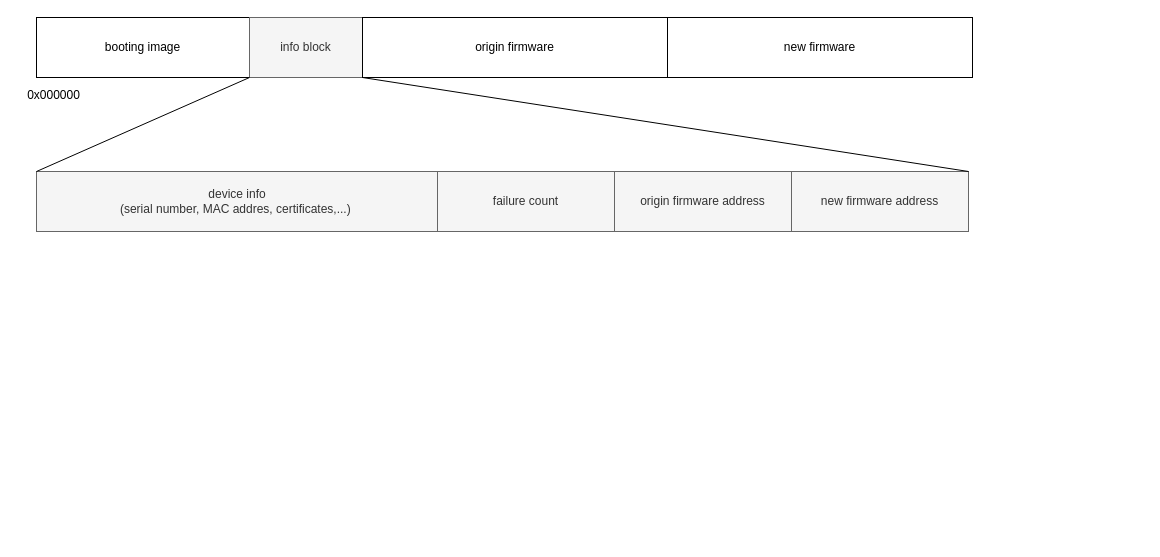
Earlier version of the draw.io diagram schematic/05-sw-flash-structure.drawio (petrkucerak/diplom-thesis). Source tidied: cells renumbered, new cells numbered last; positions are measured from the earlier drawing's top-left corner, leaving out a move shared by most shapes. Both pictures are drawn from the tidied source at 100%, with x=0, y=0 at pixel (17, 17).
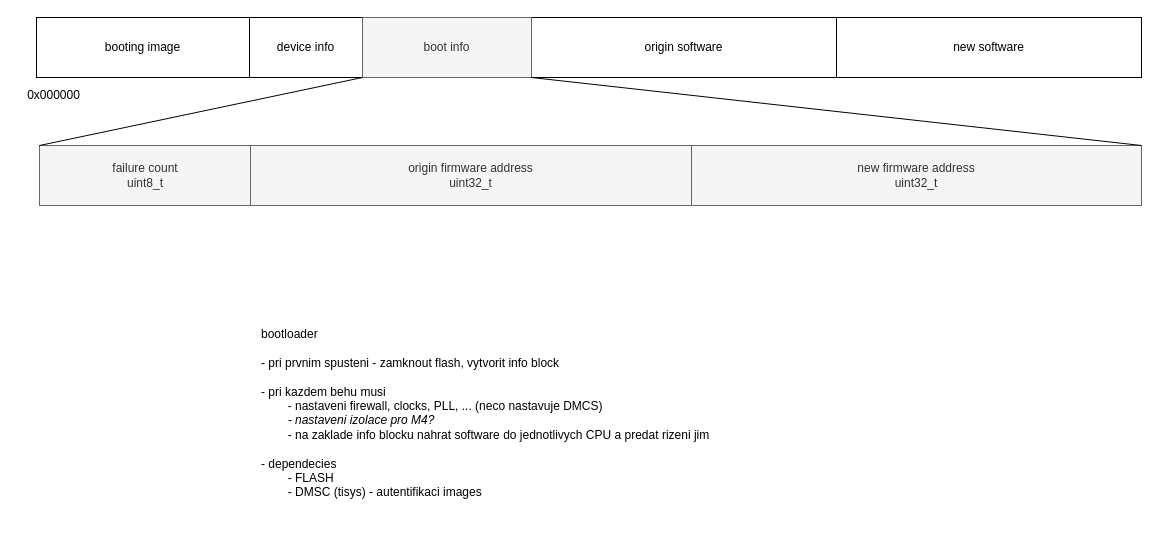
Above is the later version.

Change to the diagram source:
```diff
@@
 <mxGraphModel>
   <root>
     <mxCell id="0" />
     <mxCell id="1" parent="0" />
     <mxCell id="2" style="rounded=0;whiteSpace=wrap;html=1;" parent="1" vertex="1">
-      <mxGeometry x="19" width="935" height="60" as="geometry" />
+      <mxGeometry x="19" width="1105" height="60" as="geometry" />
     </mxCell>
     <mxCell id="3" value="booting image" style="rounded=0;whiteSpace=wrap;html=1;" parent="1" vertex="1">
       <mxGeometry x="19" width="213" height="60" as="geometry" />
     </mxCell>
-    <mxCell id="4" value="info block" style="rounded=0;whiteSpace=wrap;html=1;fillColor=#f5f5f5;fontColor=#333333;strokeColor=#666666;" parent="1" vertex="1">
+    <mxCell id="4" value="device info" style="rounded=0;whiteSpace=wrap;html=1;" parent="1" vertex="1">
       <mxGeometry x="232" width="113" height="60" as="geometry" />
     </mxCell>
-    <mxCell id="5" value="&lt;span style=&quot;color: rgb(0, 0, 0);&quot;&gt;origin&amp;nbsp;&lt;/span&gt;firmware" style="rounded=0;whiteSpace=wrap;html=1;" parent="1" vertex="1">
-      <mxGeometry x="345" width="305" height="60" as="geometry" />
+    <mxCell id="5" value="&lt;span style=&quot;color: rgb(0, 0, 0);&quot;&gt;origin&amp;nbsp;&lt;/span&gt;software" style="rounded=0;whiteSpace=wrap;html=1;" parent="1" vertex="1">
+      <mxGeometry x="514" width="305" height="60" as="geometry" />
     </mxCell>
-    <mxCell id="6" value="&lt;span style=&quot;color: rgb(0, 0, 0);&quot;&gt;new&amp;nbsp;&lt;/span&gt;firmware" style="rounded=0;whiteSpace=wrap;html=1;" parent="1" vertex="1">
-      <mxGeometry x="650" width="305" height="60" as="geometry" />
+    <mxCell id="6" value="&lt;span style=&quot;color: rgb(0, 0, 0);&quot;&gt;new&amp;nbsp;&lt;/span&gt;software" style="rounded=0;whiteSpace=wrap;html=1;" parent="1" vertex="1">
+      <mxGeometry x="819" width="305" height="60" as="geometry" />
     </mxCell>
     <mxCell id="7" style="rounded=0;whiteSpace=wrap;html=1;" parent="1" vertex="1">
-      <mxGeometry x="19" y="154" width="932" height="60" as="geometry" />
+      <mxGeometry x="22" y="128" width="1102" height="60" as="geometry" />
     </mxCell>
-    <mxCell id="8" value="device info&lt;div&gt;(serial number, MAC addres, certificates,...)&amp;nbsp;&lt;/div&gt;" style="rounded=0;whiteSpace=wrap;html=1;fillColor=#f5f5f5;fontColor=#333333;strokeColor=#666666;" parent="1" vertex="1">
-      <mxGeometry x="19" y="154" width="402" height="60" as="geometry" />
-    </mxCell>
-    <mxCell id="9" value="failure count" style="rounded=0;whiteSpace=wrap;html=1;fillColor=#f5f5f5;fontColor=#333333;strokeColor=#666666;" parent="1" vertex="1">
-      <mxGeometry x="420" y="154" width="177" height="60" as="geometry" />
+    <mxCell id="9" value="failure count&lt;div&gt;uint8_t&lt;/div&gt;" style="rounded=0;whiteSpace=wrap;html=1;fillColor=#f5f5f5;fontColor=#333333;strokeColor=#666666;" parent="1" vertex="1">
+      <mxGeometry x="22" y="128" width="212" height="60" as="geometry" />
     </mxCell>
-    <mxCell id="10" value="origin firmware address" style="rounded=0;whiteSpace=wrap;html=1;fillColor=#f5f5f5;fontColor=#333333;strokeColor=#666666;" parent="1" vertex="1">
-      <mxGeometry x="597" y="154" width="177" height="60" as="geometry" />
+    <mxCell id="10" value="origin firmware address&lt;div&gt;uint32_t&lt;/div&gt;" style="rounded=0;whiteSpace=wrap;html=1;fillColor=#f5f5f5;fontColor=#333333;strokeColor=#666666;" parent="1" vertex="1">
+      <mxGeometry x="233" y="128" width="441" height="60" as="geometry" />
     </mxCell>
-    <mxCell id="11" value="new firmware address" style="rounded=0;whiteSpace=wrap;html=1;fillColor=#f5f5f5;fontColor=#333333;strokeColor=#666666;" parent="1" vertex="1">
-      <mxGeometry x="774" y="154" width="177" height="60" as="geometry" />
+    <mxCell id="11" value="new firmware address&lt;div&gt;uint32_t&lt;/div&gt;" style="rounded=0;whiteSpace=wrap;html=1;fillColor=#f5f5f5;fontColor=#333333;strokeColor=#666666;" parent="1" vertex="1">
+      <mxGeometry x="674" y="128" width="450" height="60" as="geometry" />
     </mxCell>
-    <mxCell id="12" style="endArrow=none;html=1;exitX=0;exitY=0;exitDx=0;exitDy=0;entryX=1;entryY=1;entryDx=0;entryDy=0;" parent="1" edge="1" source="8" target="3">
-      <mxGeometry relative="1" as="geometry" />
-    </mxCell>
-    <mxCell id="13" style="endArrow=none;html=1;exitX=1;exitY=0;exitDx=0;exitDy=0;entryX=1;entryY=1;entryDx=0;entryDy=0;" parent="1" edge="1" source="11" target="4">
-      <mxGeometry relative="1" as="geometry" />
-    </mxCell>
     <mxCell id="14" value="0x00&lt;span style=&quot;color: rgb(0, 0, 0);&quot;&gt;0000&lt;/span&gt;" style="text;html=1;align=center;verticalAlign=middle;strokeColor=none;fillColor=none;" parent="1" vertex="1">
       <mxGeometry y="65" width="71" height="26" as="geometry" />
     </mxCell>
+    <mxCell id="15" value="&lt;div&gt;&lt;br&gt;&lt;/div&gt;" style="text;html=1;align=left;verticalAlign=middle;strokeColor=none;fillColor=none;" parent="1" vertex="1">
+      <mxGeometry x="57" y="349" width="18" height="26" as="geometry" />
+    </mxCell>
+    <mxCell id="16" value="bootloader&lt;div&gt;&lt;br&gt;&lt;/div&gt;&lt;div&gt;- pri prvnim spusteni - zamknout flash, vytvorit info block&lt;/div&gt;&lt;div&gt;&lt;br&gt;&lt;/div&gt;&lt;div&gt;- pri kazdem behu musi&lt;/div&gt;&lt;div&gt;&lt;span style=&quot;white-space: pre;&quot;&gt;&#9;&lt;/span&gt;- nastaveni firewall, clocks, PLL, ... (neco nastavuje DMCS)&lt;br&gt;&lt;/div&gt;&lt;div&gt;&lt;i&gt;&lt;span style=&quot;white-space: pre;&quot;&gt;&#9;&lt;/span&gt;- nastaveni izolace pro M4?&lt;/i&gt;&lt;br&gt;&lt;/div&gt;&lt;div&gt;&lt;span style=&quot;white-space: pre;&quot;&gt;&#9;&lt;/span&gt;- na zaklade info blocku nahrat software do jednotlivych CPU a predat rizeni jim&lt;br&gt;&lt;/div&gt;&lt;div&gt;&lt;br&gt;&lt;/div&gt;&lt;div&gt;- dependecies&lt;/div&gt;&lt;div&gt;&lt;span style=&quot;white-space: pre;&quot;&gt;&#9;&lt;/span&gt;- FLASH&lt;br&gt;&lt;/div&gt;&lt;div&gt;&lt;span style=&quot;white-space: pre;&quot;&gt;&#9;&lt;/span&gt;- DMSC (tisys) - autentifikaci images&lt;br&gt;&lt;/div&gt;&lt;div&gt;&lt;br&gt;&lt;/div&gt;" style="text;html=1;align=left;verticalAlign=top;whiteSpace=wrap;rounded=0;" parent="1" vertex="1">
+      <mxGeometry x="242" y="303" width="490" height="219" as="geometry" />
+    </mxCell>
+    <mxCell id="17" value="boot info" style="rounded=0;whiteSpace=wrap;html=1;fillColor=#f5f5f5;fontColor=#333333;strokeColor=#666666;" parent="1" vertex="1">
+      <mxGeometry x="345" width="169" height="60" as="geometry" />
+    </mxCell>
+    <mxCell id="18" style="endArrow=none;html=1;entryX=1;entryY=1;entryDx=0;entryDy=0;exitX=0;exitY=0;exitDx=0;exitDy=0;" parent="1" edge="1" source="9" target="4">
+      <mxGeometry relative="1" as="geometry" />
+    </mxCell>
+    <mxCell id="19" style="endArrow=none;html=1;entryX=0;entryY=1;entryDx=0;entryDy=0;exitX=1;exitY=0;exitDx=0;exitDy=0;" parent="1" edge="1" source="11" target="5">
+      <mxGeometry relative="1" as="geometry" />
+    </mxCell>
   </root>
 </mxGraphModel>
```
